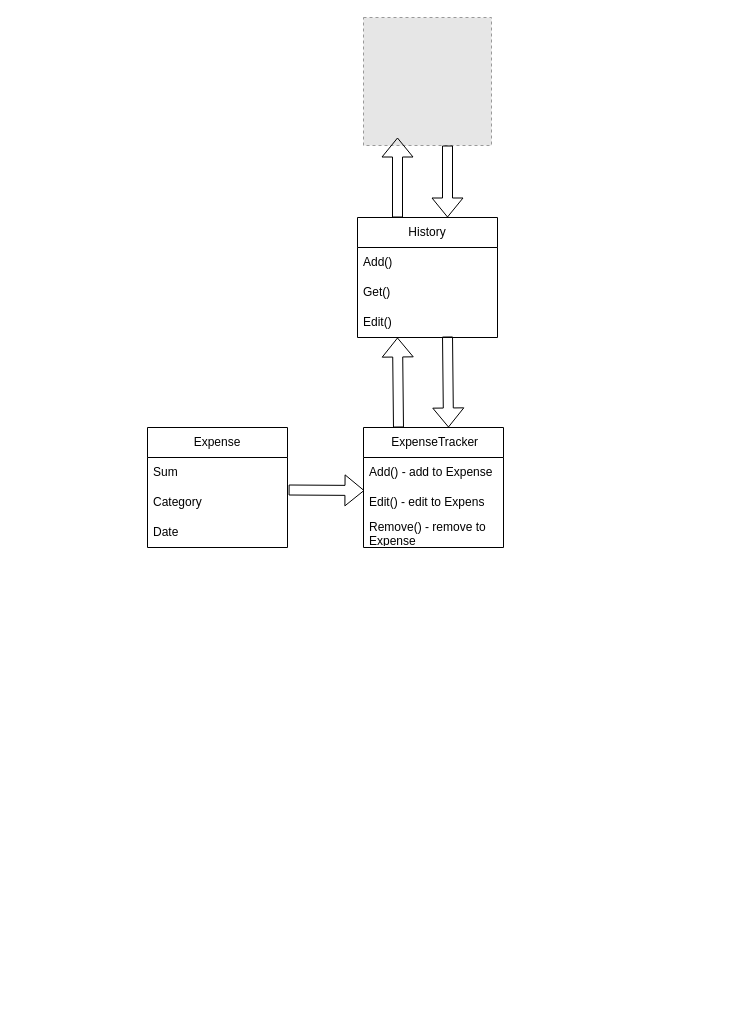
Earlier version of the draw.io diagram Expense.drawio (uninaniso/C-Sharp). Source tidied: cells renumbered, new cells numbered last; positions are measured from the earlier drawing's top-left corner, leaving out a move shared by most shapes. Both pictures are drawn from the tidied source at 100%, with x=0, y=0 at pixel (147, 17). Pictures stored in the file or linked from it are replaced by grey dashed boxes.
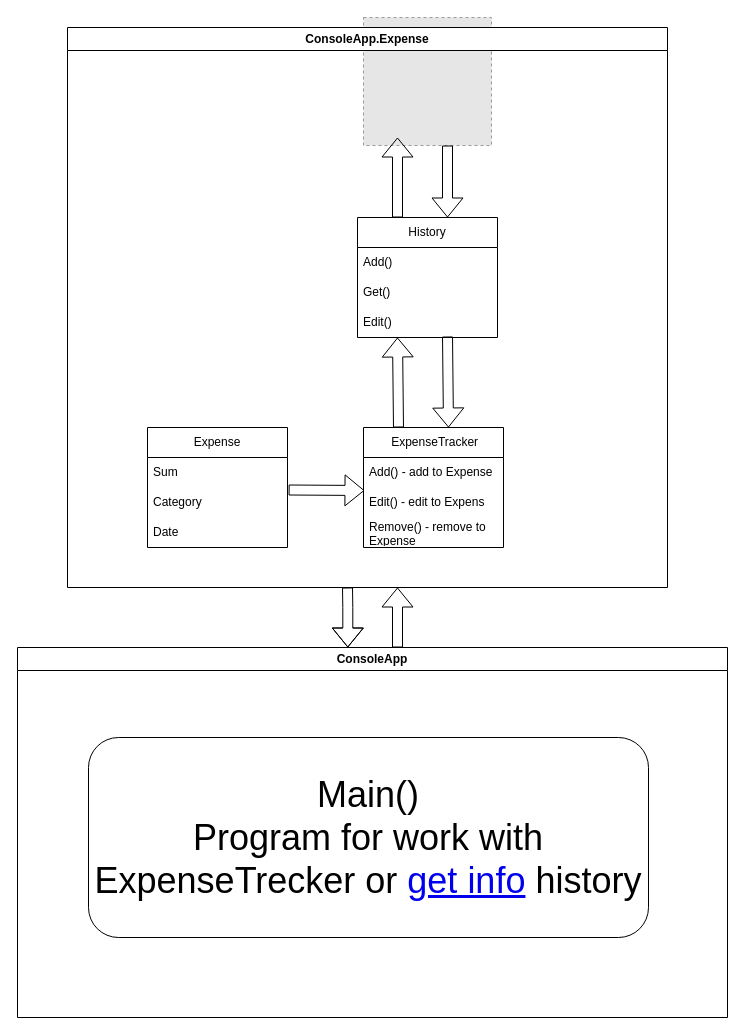
The same diagram, later.

What changed in the source:
```diff
@@
+    <mxCell id="20" value="ConsoleApp.Expense" style="swimlane;whiteSpace=wrap;html=1;" parent="1" vertex="1">
+      <mxGeometry x="-80" y="10" width="600" height="560" as="geometry" />
+    </mxCell>
+    <mxCell id="21" value="ConsoleApp" style="swimlane;whiteSpace=wrap;html=1;" parent="1" vertex="1">
+      <mxGeometry x="-130" y="630" width="710" height="370" as="geometry" />
+    </mxCell>
+    <mxCell id="22" value="&lt;font style=&quot;font-size: 36px;&quot;&gt;Main()&lt;br&gt;Program for work with ExpenseTrecker or &lt;a href=&quot;https://youtu.be/dQw4w9WgXcQ?si=gKMPSMGsO5LHzEGr&quot;&gt;get info&lt;/a&gt; history&lt;/font&gt;" style="rounded=1;whiteSpace=wrap;html=1;" parent="21" vertex="1">
+      <mxGeometry x="71" y="90" width="560" height="200" as="geometry" />
+    </mxCell>
+    <mxCell id="23" style="shape=flexArrow;endArrow=classic;html=1;rounded=0;" parent="1" edge="1">
+      <mxGeometry relative="1" as="geometry">
+        <mxPoint x="250" y="630" as="sourcePoint" />
+        <mxPoint x="250" y="570" as="targetPoint" />
+      </mxGeometry>
+    </mxCell>
+    <mxCell id="24" style="shape=flexArrow;endArrow=classic;html=1;rounded=0;entryX=0.5;entryY=0;entryDx=0;entryDy=0;" parent="1" edge="1">
+      <mxGeometry relative="1" as="geometry">
+        <mxPoint x="200" y="570" as="sourcePoint" />
+        <mxPoint x="200.3" y="630" as="targetPoint" />
+        <Array as="points">
+          <mxPoint x="200.3" y="590" />
+        </Array>
+      </mxGeometry>
+    </mxCell>
```
